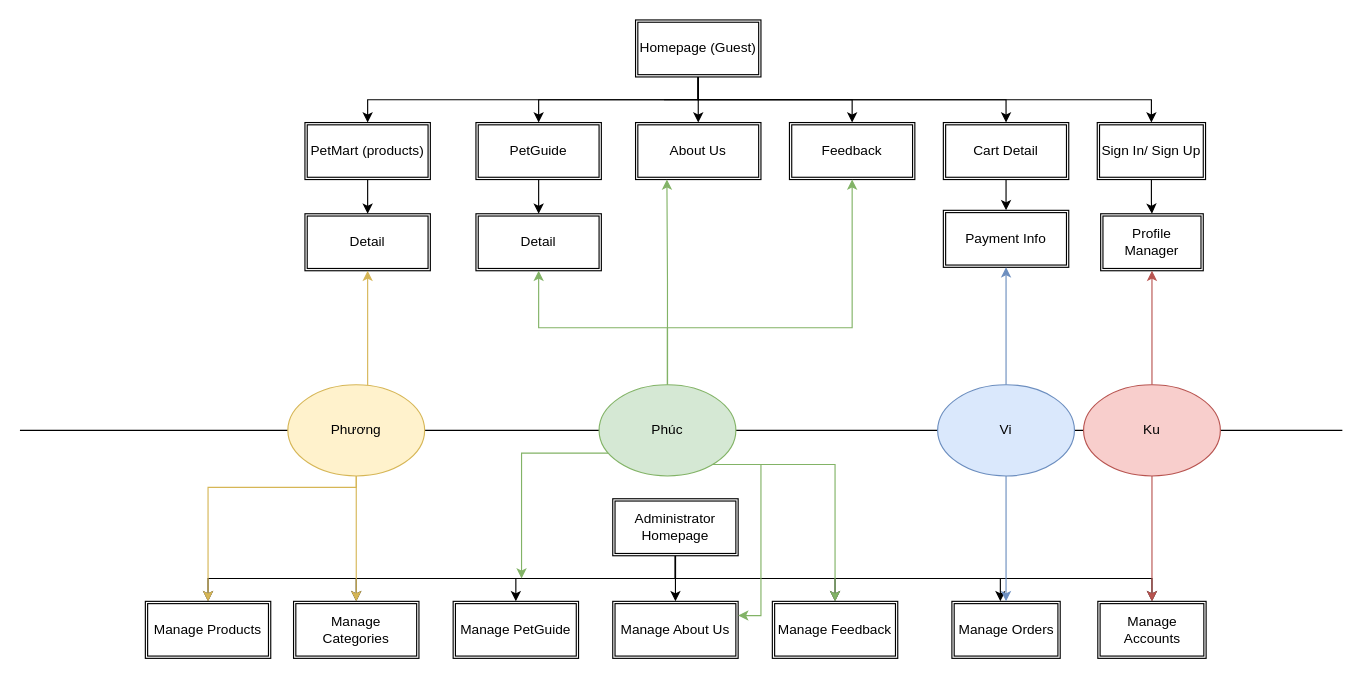
The draw.io diagram page "Site Map" (1 of 3) of PetCare-design-Phuong-PC.drawio in duyphuong403/PetCare, before the edit. Source tidied: cells renumbered, new cells numbered last; positions are measured from the earlier drawing's top-left corner, leaving out a move shared by most shapes. Both pictures are drawn from the tidied source at 114%, with x=0, y=0 at pixel (19, 19).
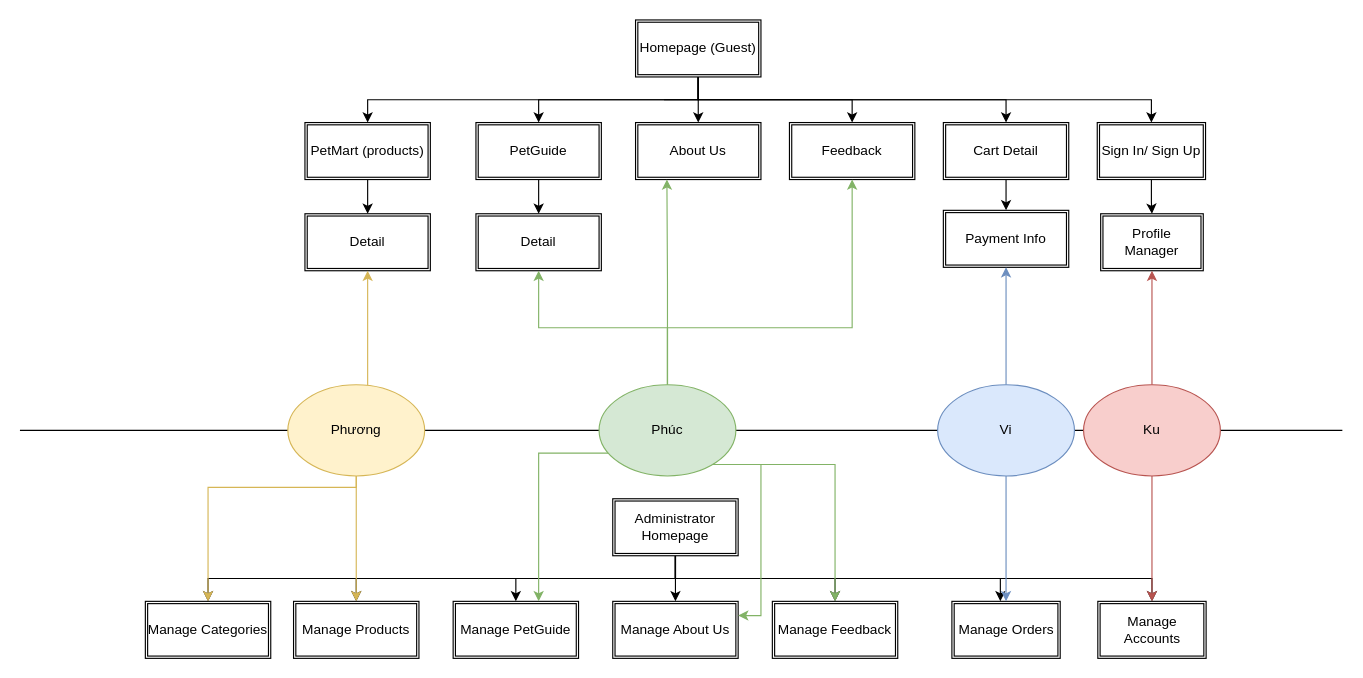
Above is the later version.

Unchanged cells that the change refers to:
```xml
<mxCell id="52" value="Phúc" style="ellipse;whiteSpace=wrap;html=1;fillColor=#d5e8d4;strokeColor=#82b366;" parent="1" vertex="1">
  <mxGeometry x="508" y="320" width="120" height="80" as="geometry" />
</mxCell>
```

The edit, as a diff of the source:
```diff
@@
-    <mxCell id="35" value="Manage Categories" style="shape=ext;double=1;rounded=0;whiteSpace=wrap;html=1;" parent="1" vertex="1">
+    <mxCell id="35" value="Manage Products" style="shape=ext;double=1;rounded=0;whiteSpace=wrap;html=1;" parent="1" vertex="1">
       <mxGeometry x="240" y="510" width="110" height="50" as="geometry" />
     </mxCell>
@@
-    <mxCell id="45" value="&lt;span style=&quot;white-space: normal&quot;&gt;Manage Products&lt;/span&gt;" style="shape=ext;double=1;rounded=0;whiteSpace=wrap;html=1;" parent="1" vertex="1">
+    <mxCell id="45" value="&lt;span style=&quot;white-space: normal&quot;&gt;Manage&amp;nbsp;&lt;/span&gt;Categories" style="shape=ext;double=1;rounded=0;whiteSpace=wrap;html=1;" parent="1" vertex="1">
       <mxGeometry x="110" y="510" width="110" height="50" as="geometry" />
     </mxCell>
@@
     <mxCell id="50" style="edgeStyle=orthogonalEdgeStyle;rounded=0;jettySize=auto;html=1;fillColor=#d5e8d4;strokeColor=#82b366;" parent="1" edge="1" source="52">
       <mxGeometry relative="1" as="geometry">
-        <mxPoint x="440" y="490" as="targetPoint" />
+        <mxPoint x="455" y="510" as="targetPoint" />
         <Array as="points">
-          <mxPoint x="440" y="380" />
+          <mxPoint x="455" y="380" />
+          <mxPoint x="455" y="510" />
         </Array>
       </mxGeometry>
     </mxCell>
```
